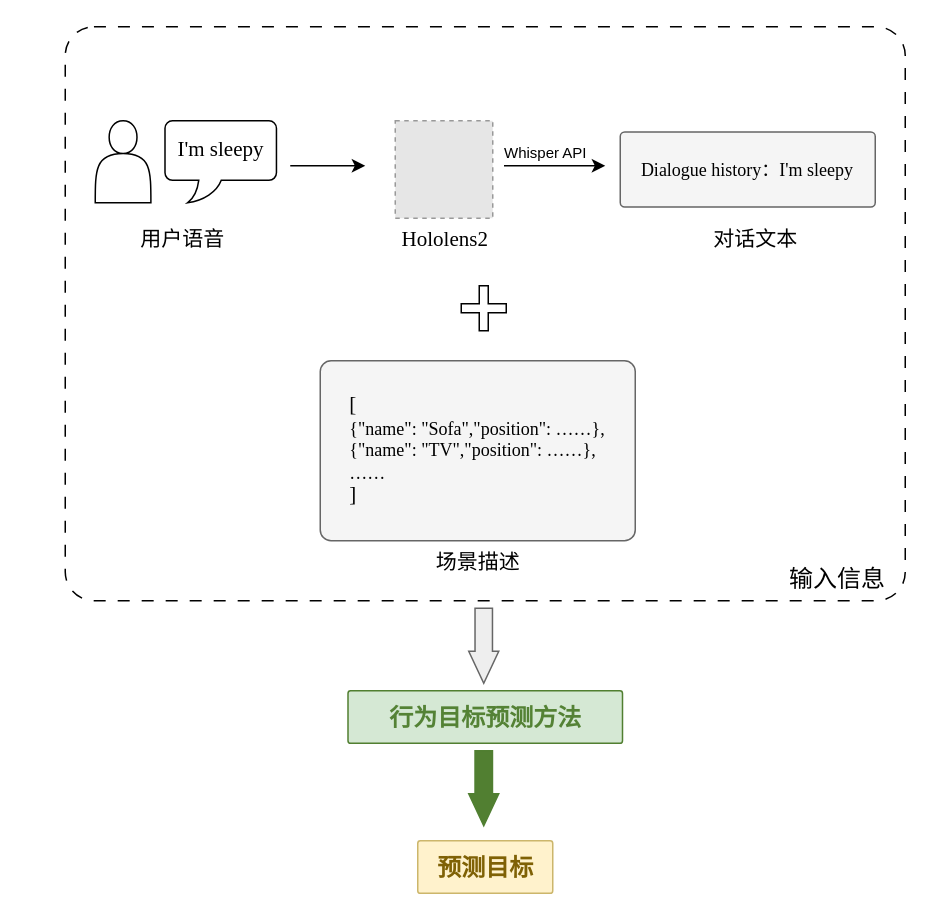
The draw.io diagram 行为目标预测模块.drawio in Rinco1018/project_test, before the edit. Source tidied: cells renumbered, new cells numbered last; positions are measured from the earlier drawing's top-left corner, leaving out a move shared by most shapes. Both pictures are drawn from the tidied source at 150%, with x=0, y=0 at pixel (26, 26). Pictures stored in the file or linked from it are replaced by grey dashed boxes.
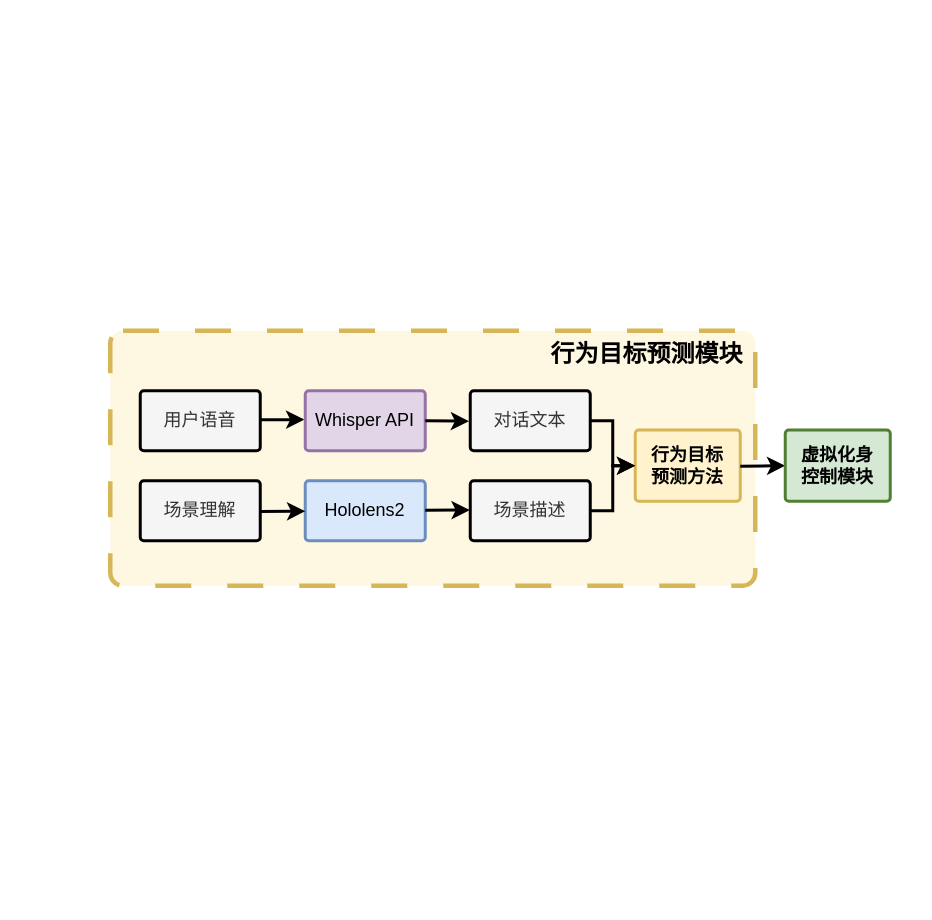
The same diagram, later.

Commit message:
更新行为目标预测模块.drawio

The edit, as a diff of the source:
```diff
@@
-    <mxCell id="2" style="fillColor=#E6E6E6;strokeColor=#999999;dashed=1;verticalLabelPosition=bottom;labelBackgroundColor=default;verticalAlign=top;" parent="1" vertex="1">
-      <mxGeometry x="246" y="63" width="65" height="65" as="geometry" />
-    </mxCell>
+    <mxCell id="25" style="rounded=1;whiteSpace=wrap;html=1;arcSize=5;fillColor=light-dark(#fef7e1, #281d00);strokeColor=#d6b656;strokeWidth=3;dashed=1;dashPattern=8 8;" parent="1" vertex="1">
+      <mxGeometry x="56" y="203" width="430" height="170" as="geometry" />
+    </mxCell>
+    <mxCell id="10" value="&lt;div style=&quot;&quot;&gt;&lt;div style=&quot;text-align: left;&quot;&gt;场景描述&lt;/div&gt;&lt;/div&gt;" style="rounded=1;arcSize=6;whiteSpace=wrap;html=1;fillColor=#f5f5f5;fontColor=#333333;strokeColor=light-dark(#000000, #959595);strokeWidth=2;" parent="1" vertex="1">
+      <mxGeometry x="296" y="303" width="80" height="40" as="geometry" />
+    </mxCell>
+    <mxCell id="13" style="endArrow=classic;html=1;rounded=0;strokeWidth=2;entryX=-0.008;entryY=0.481;entryDx=0;entryDy=0;entryPerimeter=0;" parent="1" edge="1" target="14">
+      <mxGeometry relative="1" as="geometry">
+        <mxPoint x="156" y="262.4" as="sourcePoint" />
+      </mxGeometry>
+    </mxCell>
+    <mxCell id="20" value="&lt;font style=&quot;color: rgb(0, 0, 0);&quot; face=&quot;Times New Roman&quot;&gt;&lt;span style=&quot;text-wrap-mode: nowrap;&quot;&gt;&lt;b style=&quot;&quot;&gt;行为目标&lt;/b&gt;&lt;/span&gt;&lt;/font&gt;&lt;div&gt;&lt;font style=&quot;color: rgb(0, 0, 0);&quot; face=&quot;Times New Roman&quot;&gt;&lt;span style=&quot;text-wrap-mode: nowrap;&quot;&gt;&lt;b style=&quot;&quot;&gt;预测方法&lt;/b&gt;&lt;/span&gt;&lt;/font&gt;&lt;/div&gt;" style="rounded=1;arcSize=5;whiteSpace=wrap;html=1;fillColor=#fff2cc;strokeColor=#d6b656;strokeWidth=2;" parent="1" vertex="1">
+      <mxGeometry x="406" y="269.2" width="70" height="47.5" as="geometry" />
+    </mxCell>
+    <mxCell id="8" value="&lt;div style=&quot;&quot;&gt;&lt;div style=&quot;text-align: left;&quot;&gt;用户语音&lt;/div&gt;&lt;/div&gt;" style="rounded=1;arcSize=6;whiteSpace=wrap;html=1;fillColor=#f5f5f5;fontColor=#333333;strokeColor=light-dark(#000000, #959595);strokeWidth=2;" parent="1" vertex="1">
+      <mxGeometry x="76" y="243" width="80" height="40" as="geometry" />
+    </mxCell>
+    <mxCell id="14" value="&lt;div style=&quot;&quot;&gt;&lt;div style=&quot;text-align: left;&quot;&gt;Whisper API&lt;/div&gt;&lt;/div&gt;" style="rounded=1;arcSize=6;whiteSpace=wrap;html=1;fillColor=#e1d5e7;strokeColor=#9673a6;strokeWidth=2;" parent="1" vertex="1">
+      <mxGeometry x="186" y="243" width="80" height="40" as="geometry" />
+    </mxCell>
+    <mxCell id="16" value="&lt;div style=&quot;&quot;&gt;&lt;div style=&quot;text-align: left;&quot;&gt;对话文本&lt;/div&gt;&lt;/div&gt;" style="rounded=1;arcSize=6;whiteSpace=wrap;html=1;fillColor=#f5f5f5;fontColor=#333333;strokeColor=light-dark(#000000, #959595);strokeWidth=2;" parent="1" vertex="1">
+      <mxGeometry x="296" y="243" width="80" height="40" as="geometry" />
+    </mxCell>
+    <mxCell id="26" style="endArrow=classic;html=1;rounded=0;strokeWidth=2;entryX=-0.01;entryY=0.508;entryDx=0;entryDy=0;entryPerimeter=0;" parent="1" edge="1" target="16">
+      <mxGeometry relative="1" as="geometry">
+        <mxPoint x="266" y="263" as="sourcePoint" />
+      </mxGeometry>
+    </mxCell>
-    <mxCell id="3" value="&lt;font style=&quot;font-size: 14px;&quot; face=&quot;Times New Roman&quot;&gt;Hololens2&lt;/font&gt;" style="text;html=1;align=center;verticalAlign=middle;strokeColor=none;fillColor=none;" parent="1" vertex="1">
-      <mxGeometry x="238.5" y="128" width="80" height="30" as="geometry" />
+    <mxCell id="3" value="&lt;div style=&quot;&quot;&gt;&lt;div style=&quot;text-align: left;&quot;&gt;Hololens2&lt;/div&gt;&lt;/div&gt;" style="rounded=1;arcSize=6;whiteSpace=wrap;html=1;fillColor=#dae8fc;strokeColor=#6c8ebf;strokeWidth=2;" parent="1" vertex="1">
+      <mxGeometry x="186" y="303" width="80" height="40" as="geometry" />
     </mxCell>
-    <mxCell id="4" style="group;" parent="1" vertex="1">
-      <mxGeometry x="46" y="63" width="130" height="94.7" as="geometry" />
-    </mxCell>
-    <mxCell id="5" style="group;" parent="4" vertex="1">
-      <mxGeometry x="-46.4" width="176.4" height="80.2" as="geometry" />
-    </mxCell>
-    <mxCell id="6" style="shape=actor;whiteSpace=wrap;html=1;" parent="5" vertex="1">
-      <mxGeometry x="46.4" width="37.1" height="54.7" as="geometry" />
-    </mxCell>
-    <mxCell id="7" value="&lt;font face=&quot;Times New Roman&quot; style=&quot;font-size: 14px;&quot;&gt;I'm sleepy&lt;/font&gt;" style="whiteSpace=wrap;html=1;shape=mxgraph.basic.roundRectCallout;dx=30;dy=15;size=5;boundedLbl=1;" parent="5" vertex="1">
-      <mxGeometry x="92.9" width="74.3" height="54.7" as="geometry" />
-    </mxCell>
-    <mxCell id="8" value="&lt;font face=&quot;Times New Roman&quot; style=&quot;font-size: 14px;&quot;&gt;用户语音&lt;/font&gt;" style="text;html=1;align=center;verticalAlign=middle;strokeColor=none;fillColor=none;" parent="4" vertex="1">
-      <mxGeometry x="18.4" y="64.7" width="80" height="30" as="geometry" />
-    </mxCell>
-    <mxCell id="9" style="endArrow=classic;html=1;rounded=0;" parent="1" edge="1">
-      <mxGeometry relative="1" as="geometry">
-        <mxPoint x="176" y="93" as="sourcePoint" />
-        <mxPoint x="226" y="93" as="targetPoint" />
-      </mxGeometry>
-    </mxCell>
-    <mxCell id="10" value="&lt;div style=&quot;&quot;&gt;&lt;div style=&quot;text-align: left;&quot;&gt;&lt;font style=&quot;color: rgb(0, 0, 0);&quot; face=&quot;Times New Roman&quot;&gt;&lt;span style=&quot;font-size: 14px;&quot;&gt;[&lt;/span&gt;&lt;/font&gt;&lt;/div&gt;&lt;div style=&quot;text-align: left;&quot;&gt;&lt;font style=&quot;color: rgb(0, 0, 0);&quot;&gt;&lt;font face=&quot;Times New Roman&quot;&gt;&lt;span style=&quot;background-color: transparent; text-align: center;&quot;&gt;{&quot;name&quot;: &quot;Sofa&quot;,&quot;position&quot;:&amp;nbsp;&lt;/span&gt;&lt;/font&gt;&lt;span style=&quot;font-family: &amp;quot;Times New Roman&amp;quot;; text-align: center;&quot;&gt;……&lt;/span&gt;&lt;font face=&quot;Times New Roman&quot;&gt;&lt;span style=&quot;background-color: transparent; text-align: center;&quot;&gt;},&lt;br&gt;{&quot;name&quot;: &quot;TV&quot;,&quot;position&quot;:&amp;nbsp;&lt;/span&gt;&lt;/font&gt;&lt;span style=&quot;font-family: &amp;quot;Times New Roman&amp;quot;; text-align: center;&quot;&gt;……&lt;/span&gt;&lt;font face=&quot;Times New Roman&quot;&gt;&lt;span style=&quot;background-color: transparent; text-align: center;&quot;&gt;},&lt;/span&gt;&lt;/font&gt;&lt;/font&gt;&lt;/div&gt;&lt;div style=&quot;text-align: left;&quot;&gt;&lt;span style=&quot;font-family: &amp;quot;Times New Roman&amp;quot;; text-align: center; background-color: transparent;&quot;&gt;&lt;font style=&quot;color: rgb(0, 0, 0);&quot;&gt;……&lt;/font&gt;&lt;/span&gt;&lt;/div&gt;&lt;div style=&quot;text-align: left;&quot;&gt;&lt;font style=&quot;color: rgb(0, 0, 0);&quot; face=&quot;Times New Roman&quot;&gt;&lt;span style=&quot;font-size: 14px; background-color: transparent;&quot;&gt;]&lt;/span&gt;&lt;/font&gt;&lt;/div&gt;&lt;/div&gt;" style="rounded=1;arcSize=6;whiteSpace=wrap;html=1;fillColor=#f5f5f5;fontColor=#333333;strokeColor=#666666;" parent="1" vertex="1">
-      <mxGeometry x="196" y="223" width="210" height="120" as="geometry" />
-    </mxCell>
-    <mxCell id="11" value="&lt;font face=&quot;Times New Roman&quot; style=&quot;font-size: 14px;&quot;&gt;场景描述&lt;/font&gt;" style="text;html=1;align=center;verticalAlign=middle;strokeColor=none;fillColor=none;" parent="1" vertex="1">
-      <mxGeometry x="261" y="343" width="80" height="30" as="geometry" />
-    </mxCell>
-    <mxCell id="12" style="shape=cross;whiteSpace=wrap;html=1;" parent="1" vertex="1">
-      <mxGeometry x="290" y="173" width="30" height="30" as="geometry" />
-    </mxCell>
-    <mxCell id="13" style="endArrow=classic;html=1;rounded=0;" parent="1" edge="1">
-      <mxGeometry relative="1" as="geometry">
-        <mxPoint x="318.5" y="93" as="sourcePoint" />
-        <mxPoint x="386" y="93" as="targetPoint" />
-      </mxGeometry>
-    </mxCell>
-    <mxCell id="14" value="&lt;font style=&quot;font-size: 10px;&quot;&gt;Whisper API&lt;/font&gt;" style="edgeLabel;html=1;align=center;verticalAlign=middle;points=[];" parent="13" vertex="1">
-      <mxGeometry x="-0.31" y="4" relative="1" as="geometry">
-        <mxPoint x="4" y="-6" as="offset" />
-      </mxGeometry>
-    </mxCell>
-    <mxCell id="15" value="&lt;div style=&quot;&quot;&gt;&lt;div style=&quot;text-align: left;&quot;&gt;&lt;font face=&quot;Times New Roman&quot; color=&quot;#000000&quot;&gt;Dialogue history：I'm sleepy&lt;/font&gt;&lt;/div&gt;&lt;/div&gt;" style="rounded=1;arcSize=6;whiteSpace=wrap;html=1;fillColor=#f5f5f5;fontColor=#333333;strokeColor=#666666;" parent="1" vertex="1">
-      <mxGeometry x="396" y="70.5" width="170" height="50" as="geometry" />
-    </mxCell>
-    <mxCell id="16" value="&lt;font face=&quot;Times New Roman&quot; style=&quot;font-size: 14px;&quot;&gt;对话文本&lt;/font&gt;" style="text;html=1;align=center;verticalAlign=middle;points=[];strokeColor=none;fillColor=none;" parent="1" vertex="1">
-      <mxGeometry x="446" y="128" width="80" height="30" as="geometry" />
-    </mxCell>
-    <mxCell id="17" style="rounded=1;arcSize=5;whiteSpace=wrap;html=1;fillColor=none;strokeColor=#000000;fontColor=#333333;dashed=1;dashPattern=8 8;" parent="1" vertex="1">
-      <mxGeometry x="26" y="0.4" width="560" height="382.6" as="geometry" />
-    </mxCell>
-    <mxCell id="18" value="&lt;font style=&quot;font-size: 16px;&quot;&gt;输入信息&lt;/font&gt;" style="text;html=1;align=center;verticalAlign=middle;whiteSpace=wrap;rounded=0;" parent="1" vertex="1">
-      <mxGeometry x="496" y="353" width="90" height="30" as="geometry" />
-    </mxCell>
-    <mxCell id="19" style="shape=singleArrow;whiteSpace=wrap;html=1;fillColor=light-dark(#eeeeee, #1a1a1a);strokeColor=#666666;gradientColor=none;arrowWidth=0.5809999999999832;arrowSize=0.42666666666666686;rotation=90;" parent="1" vertex="1">
-      <mxGeometry x="280" y="403" width="50" height="20" as="geometry" />
-    </mxCell>
-    <mxCell id="20" value="&lt;font face=&quot;Times New Roman&quot; color=&quot;#548235&quot;&gt;&lt;span style=&quot;font-size: 16px; text-wrap-mode: nowrap;&quot;&gt;&lt;b&gt;行为目标预测方法&lt;/b&gt;&lt;/span&gt;&lt;/font&gt;" style="rounded=1;arcSize=5;whiteSpace=wrap;html=1;fillColor=#d5e8d4;strokeColor=light-dark(#517f31, #446e2c);" parent="1" vertex="1">
-      <mxGeometry x="214.5" y="443" width="183" height="35" as="geometry" />
-    </mxCell>
-    <mxCell id="21" style="shape=singleArrow;whiteSpace=wrap;html=1;fillColor=light-dark(#517f31, #1f2f1e);strokeColor=light-dark(#507f31, #446e2c);arrowWidth=0.5809999999999832;arrowSize=0.42666666666666686;rotation=90;" parent="1" vertex="1">
-      <mxGeometry x="280" y="498" width="50" height="20" as="geometry" />
-    </mxCell>
-    <mxCell id="22" style="group;" parent="1" vertex="1">
-      <mxGeometry x="261" y="543" width="90" height="35" as="geometry" />
-    </mxCell>
-    <mxCell id="23" style="rounded=1;arcSize=5;whiteSpace=wrap;html=1;fillColor=#fff2cc;strokeColor=light-dark(#ccb66b, #6d5100);" parent="22" vertex="1">
-      <mxGeometry width="90" height="35" as="geometry" />
-    </mxCell>
-    <mxCell id="24" value="&lt;font style=&quot;font-size: 16px;&quot; face=&quot;Times New Roman&quot;&gt;预测目标&lt;/font&gt;" style="text;html=1;align=center;verticalAlign=middle;strokeColor=none;fillColor=none;fontColor=light-dark(#7f6105, #69c195);fontStyle=1;fontSize=12;" parent="22" vertex="1">
-      <mxGeometry y="2.5" width="90" height="30" as="geometry" />
-    </mxCell>
+    <mxCell id="27" style="endArrow=classic;html=1;rounded=0;strokeWidth=2;entryX=-0.004;entryY=0.488;entryDx=0;entryDy=0;entryPerimeter=0;" parent="1" edge="1" target="10">
+      <mxGeometry relative="1" as="geometry">
+        <mxPoint x="266" y="322.7" as="sourcePoint" />
+      </mxGeometry>
+    </mxCell>
+    <mxCell id="28" style="endArrow=classic;html=1;rounded=0;strokeWidth=2;exitX=0.998;exitY=0.513;exitDx=0;exitDy=0;exitPerimeter=0;" parent="1" edge="1" source="29">
+      <mxGeometry relative="1" as="geometry">
+        <mxPoint x="186" y="323.3" as="targetPoint" />
+      </mxGeometry>
+    </mxCell>
+    <mxCell id="29" value="&lt;div style=&quot;&quot;&gt;&lt;div style=&quot;text-align: left;&quot;&gt;场景理解&lt;/div&gt;&lt;/div&gt;" style="rounded=1;arcSize=6;whiteSpace=wrap;html=1;fillColor=#f5f5f5;fontColor=#333333;strokeColor=light-dark(#000000, #959595);strokeWidth=2;" parent="1" vertex="1">
+      <mxGeometry x="76" y="303" width="80" height="40" as="geometry" />
+    </mxCell>
+    <mxCell id="30" style="endArrow=classic;html=1;rounded=0;exitX=1;exitY=0.5;exitDx=0;exitDy=0;entryX=0;entryY=0.5;entryDx=0;entryDy=0;edgeStyle=orthogonalEdgeStyle;strokeWidth=2;" parent="1" edge="1" source="16" target="20">
+      <mxGeometry relative="1" as="geometry" />
+    </mxCell>
+    <mxCell id="31" style="endArrow=classic;html=1;rounded=0;exitX=1;exitY=0.5;exitDx=0;exitDy=0;entryX=0;entryY=0.5;entryDx=0;entryDy=0;edgeStyle=orthogonalEdgeStyle;strokeWidth=2;" parent="1" edge="1" source="10" target="20">
+      <mxGeometry relative="1" as="geometry" />
+    </mxCell>
+    <mxCell id="32" style="endArrow=classic;html=1;rounded=0;strokeWidth=2;exitX=0.998;exitY=0.513;exitDx=0;exitDy=0;exitPerimeter=0;" parent="1" edge="1">
+      <mxGeometry relative="1" as="geometry">
+        <mxPoint x="476" y="293.3" as="sourcePoint" />
+        <mxPoint x="506" y="293" as="targetPoint" />
+      </mxGeometry>
+    </mxCell>
+    <mxCell id="33" value="&lt;font style=&quot;color: rgb(0, 0, 0);&quot; face=&quot;Times New Roman&quot;&gt;&lt;span style=&quot;text-wrap-mode: nowrap;&quot;&gt;&lt;b style=&quot;&quot;&gt;虚拟化身&lt;/b&gt;&lt;/span&gt;&lt;/font&gt;&lt;div&gt;&lt;font style=&quot;color: rgb(0, 0, 0);&quot; face=&quot;Times New Roman&quot;&gt;&lt;span style=&quot;text-wrap-mode: nowrap;&quot;&gt;&lt;b style=&quot;&quot;&gt;控制模块&lt;/b&gt;&lt;/span&gt;&lt;/font&gt;&lt;/div&gt;" style="rounded=1;arcSize=5;whiteSpace=wrap;html=1;fillColor=#d5e8d4;strokeColor=light-dark(#517f31, #446e2c);strokeWidth=2;" parent="1" vertex="1">
+      <mxGeometry x="506" y="269.2" width="70" height="47.5" as="geometry" />
+    </mxCell>
+    <mxCell id="34" value="&lt;b style=&quot;&quot;&gt;&lt;font style=&quot;font-size: 16px;&quot; face=&quot;黑体&quot;&gt;行为目标预测模块&lt;/font&gt;&lt;/b&gt;" style="text;html=1;align=center;verticalAlign=middle;whiteSpace=wrap;rounded=0;strokeWidth=2;" parent="1" vertex="1">
+      <mxGeometry x="340.5" y="203" width="145.5" height="30" as="geometry" />
+    </mxCell>
```
